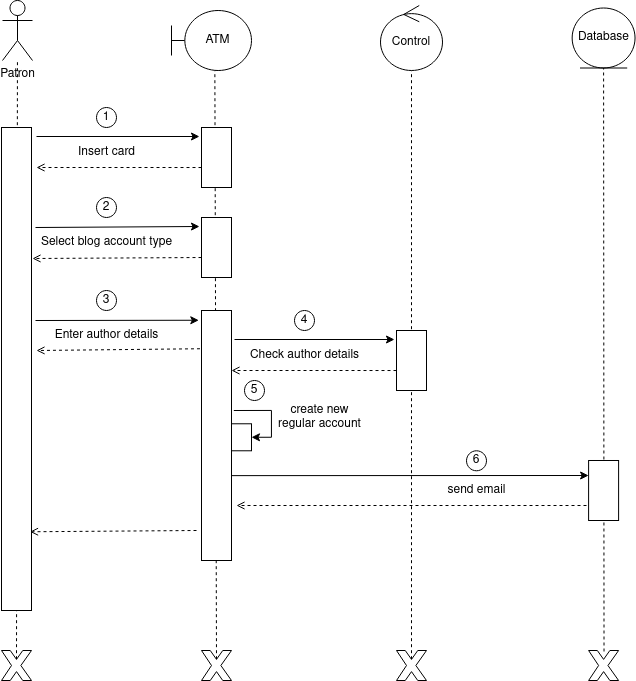
The draw.io diagram diagramas/Diagrama de secuencia cajero automatico.png in Chugani05/entorno_de_desarrollo, before a commit. Source tidied: cells renumbered, new cells last; positions are measured from the earlier drawing's top-left corner, leaving out a move shared by most shapes.
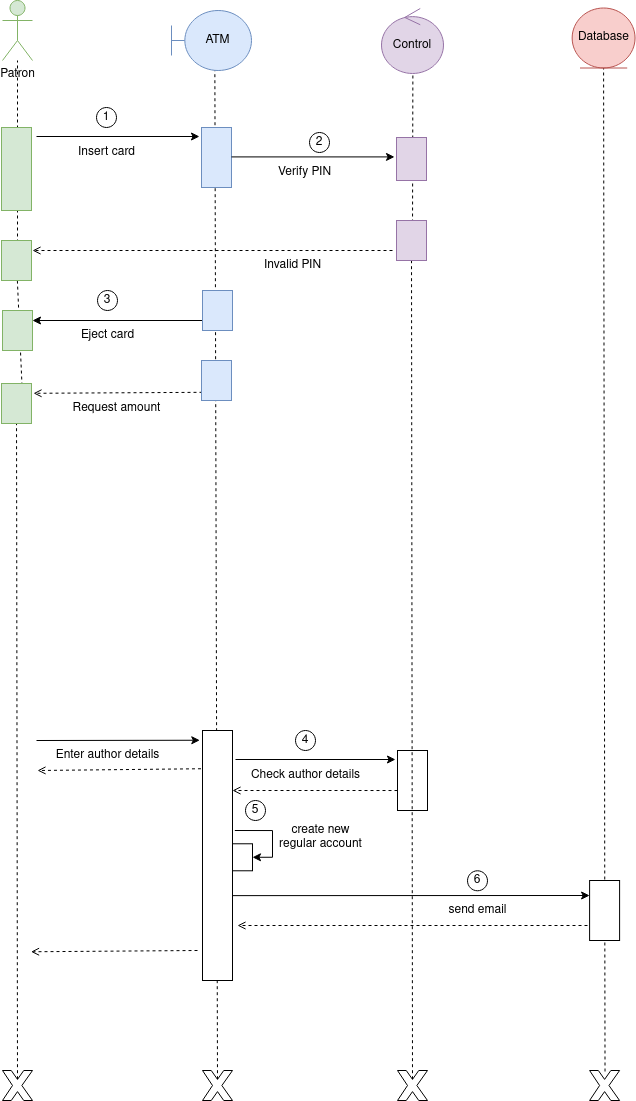
Later version of the same file.

What changed in the source:
```diff
@@ -3,36 +3,32 @@
     <mxCell id="0" />
     <mxCell id="1" parent="0" />
     <mxCell id="2" value="Insert card" style="text;html=1;align=center;verticalAlign=middle;strokeColor=none;fillColor=none;" parent="1" vertex="1">
-      <mxGeometry x="65" y="137" width="80" height="30" as="geometry" />
+      <mxGeometry x="64" y="-283" width="80" height="30" as="geometry" />
     </mxCell>
     <mxCell id="3" style="endArrow=classic;html=1;rounded=0;entryX=0.15;entryY=1.067;entryDx=0;entryDy=0;entryPerimeter=0;" parent="1" edge="1" target="28">
       <mxGeometry relative="1" as="geometry">
-        <mxPoint x="35" y="136" as="sourcePoint" />
+        <mxPoint x="34" y="-284" as="sourcePoint" />
       </mxGeometry>
     </mxCell>
-    <mxCell id="4" style="endArrow=open;dashed=1;html=1;rounded=0;endFill=0;exitX=0.667;exitY=1;exitDx=0;exitDy=0;exitPerimeter=0;" parent="1" edge="1" source="28">
-      <mxGeometry relative="1" as="geometry">
-        <mxPoint x="35" y="167" as="targetPoint" />
-      </mxGeometry>
-    </mxCell>
     <mxCell id="5" value="1" style="ellipse;whiteSpace=wrap;html=1;" parent="1" vertex="1">
-      <mxGeometry x="95" y="107" width="20" height="20" as="geometry" />
+      <mxGeometry x="94" y="-313" width="20" height="20" as="geometry" />
     </mxCell>
-    <mxCell id="6" value="Select blog account type" style="text;html=1;align=center;verticalAlign=middle;strokeColor=none;fillColor=none;" parent="1" vertex="1">
-      <mxGeometry x="30" y="227" width="150" height="30" as="geometry" />
+    <mxCell id="6" value="Eject card" style="text;html=1;align=center;verticalAlign=middle;strokeColor=none;fillColor=none;" parent="1" vertex="1">
+      <mxGeometry x="65" y="-100" width="80" height="30" as="geometry" />
     </mxCell>
-    <mxCell id="7" style="endArrow=classic;html=1;rounded=0;exitX=0.038;exitY=-0.133;exitDx=0;exitDy=0;exitPerimeter=0;entryX=0.15;entryY=1.067;entryDx=0;entryDy=0;entryPerimeter=0;" parent="1" edge="1" target="27">
+    <mxCell id="7" style="endArrow=none;html=1;rounded=0;exitX=0.25;exitY=0;exitDx=0;exitDy=0;entryX=0.15;entryY=1.067;entryDx=0;entryDy=0;entryPerimeter=0;endFill=0;startArrow=classic;startFill=1;" parent="1" edge="1" source="56">
       <mxGeometry relative="1" as="geometry">
-        <mxPoint x="34" y="227" as="sourcePoint" />
+        <mxPoint x="200" y="-100" as="targetPoint" />
       </mxGeometry>
     </mxCell>
-    <mxCell id="8" style="endArrow=open;dashed=1;html=1;rounded=0;endFill=0;exitX=0.667;exitY=1;exitDx=0;exitDy=0;exitPerimeter=0;entryX=0.157;entryY=-0.038;entryDx=0;entryDy=0;entryPerimeter=0;" parent="1" edge="1" source="27">
+    <mxCell id="8" style="endArrow=open;dashed=1;html=1;rounded=0;endFill=0;exitX=0.667;exitY=1;exitDx=0;exitDy=0;exitPerimeter=0;entryX=0.157;entryY=-0.038;entryDx=0;entryDy=0;entryPerimeter=0;" parent="1" edge="1">
       <mxGeometry relative="1" as="geometry">
-        <mxPoint x="31" y="258" as="targetPoint" />
+        <mxPoint x="200" y="-28.2" as="sourcePoint" />
+        <mxPoint x="31" y="-27.2" as="targetPoint" />
       </mxGeometry>
     </mxCell>
-    <mxCell id="9" value="2" style="ellipse;whiteSpace=wrap;html=1;" parent="1" vertex="1">
-      <mxGeometry x="95" y="197" width="20" height="20" as="geometry" />
+    <mxCell id="9" value="3" style="ellipse;whiteSpace=wrap;html=1;" parent="1" vertex="1">
+      <mxGeometry x="95" y="-130" width="20" height="20" as="geometry" />
     </mxCell>
     <mxCell id="10" value="Enter author details" style="text;html=1;align=center;verticalAlign=middle;strokeColor=none;fillColor=none;" parent="1" vertex="1">
       <mxGeometry x="40" y="320" width="130" height="30" as="geometry" />
@@ -47,9 +43,6 @@
         <mxPoint x="35" y="350" as="targetPoint" />
       </mxGeometry>
     </mxCell>
-    <mxCell id="13" value="3" style="ellipse;whiteSpace=wrap;html=1;" parent="1" vertex="1">
-      <mxGeometry x="95" y="290" width="20" height="20" as="geometry" />
-    </mxCell>
     <mxCell id="14" value="Check author details" style="text;html=1;align=center;verticalAlign=middle;strokeColor=none;fillColor=none;" parent="1" vertex="1">
       <mxGeometry x="238" y="340" width="130" height="30" as="geometry" />
     </mxCell>
@@ -99,17 +92,16 @@
     <mxCell id="26" style="rounded=0;whiteSpace=wrap;html=1;direction=south;gradientColor=none;fillColor=default;horizontal=1;verticalAlign=top;labelPosition=left;verticalLabelPosition=top;align=right;" parent="1" vertex="1">
       <mxGeometry x="200" y="310" width="30" height="250" as="geometry" />
     </mxCell>
-    <mxCell id="27" style="rounded=0;whiteSpace=wrap;html=1;direction=south;verticalAlign=top;" parent="1" vertex="1">
-      <mxGeometry x="200" y="217" width="30" height="60" as="geometry" />
-    </mxCell>
-    <mxCell id="28" style="rounded=0;whiteSpace=wrap;html=1;direction=south;verticalAlign=top;" parent="1" vertex="1">
-      <mxGeometry x="200" y="127" width="30" height="60" as="geometry" />
+    <mxCell id="28" style="rounded=0;whiteSpace=wrap;html=1;direction=south;verticalAlign=top;fillColor=#dae8fc;strokeColor=#6c8ebf;" parent="1" vertex="1">
+      <mxGeometry x="199" y="-293" width="30" height="60" as="geometry" />
     </mxCell>
-    <mxCell id="29" style="endArrow=none;dashed=1;html=1;rounded=0;exitX=0.5;exitY=0.29;exitDx=0;exitDy=0;exitPerimeter=0;" parent="1" edge="1" source="24" target="44">
-      <mxGeometry relative="1" as="geometry" />
+    <mxCell id="29" style="endArrow=none;dashed=1;html=1;rounded=0;" parent="1" edge="1" target="44">
+      <mxGeometry relative="1" as="geometry">
+        <mxPoint x="15" y="-160" as="sourcePoint" />
+      </mxGeometry>
     </mxCell>
-    <mxCell id="30" style="rounded=0;whiteSpace=wrap;html=1;direction=south;" parent="1" vertex="1">
-      <mxGeometry y="127" width="30" height="483" as="geometry" />
+    <mxCell id="30" style="rounded=0;whiteSpace=wrap;html=1;direction=south;fillColor=#d5e8d4;strokeColor=#82b366;" parent="1" vertex="1">
+      <mxGeometry x="-1" y="-293" width="30" height="83" as="geometry" />
     </mxCell>
     <mxCell id="31" style="endArrow=classic;html=1;rounded=0;entryX=0.25;entryY=1;entryDx=0;entryDy=0;startArrow=none;startFill=0;endFill=1;exitX=0.946;exitY=0.07;exitDx=0;exitDy=0;exitPerimeter=0;" parent="1" edge="1" target="39">
       <mxGeometry relative="1" as="geometry">
@@ -122,8 +114,10 @@
     <mxCell id="33" style="verticalLabelPosition=bottom;verticalAlign=top;html=1;shape=mxgraph.basic.x;" parent="1" vertex="1">
       <mxGeometry x="587.1" y="650" width="30" height="30" as="geometry" />
     </mxCell>
-    <mxCell id="34" style="endArrow=none;dashed=1;html=1;rounded=0;exitX=0.5;exitY=0.29;exitDx=0;exitDy=0;exitPerimeter=0;" parent="1" edge="1" source="32" target="41">
-      <mxGeometry relative="1" as="geometry" />
+    <mxCell id="34" style="endArrow=none;dashed=1;html=1;rounded=0;" parent="1" edge="1" target="41">
+      <mxGeometry relative="1" as="geometry">
+        <mxPoint x="410" y="-180" as="sourcePoint" />
+      </mxGeometry>
     </mxCell>
     <mxCell id="35" value="send email" style="text;html=1;align=center;verticalAlign=middle;strokeColor=none;fillColor=none;" parent="1" vertex="1">
       <mxGeometry x="435" y="475" width="80" height="30" as="geometry" />
@@ -134,9 +128,10 @@
         <mxPoint x="235" y="505" as="targetPoint" />
       </mxGeometry>
     </mxCell>
-    <mxCell id="37" style="endArrow=open;dashed=1;html=1;rounded=0;endFill=0;entryX=0.837;entryY=0.049;entryDx=0;entryDy=0;entryPerimeter=0;" parent="1" edge="1" target="30">
+    <mxCell id="37" style="endArrow=open;dashed=1;html=1;rounded=0;endFill=0;entryX=0.837;entryY=0.049;entryDx=0;entryDy=0;entryPerimeter=0;" parent="1" edge="1">
       <mxGeometry relative="1" as="geometry">
         <mxPoint x="195" y="530" as="sourcePoint" />
+        <mxPoint x="28.5" y="531.3" as="targetPoint" />
       </mxGeometry>
     </mxCell>
     <mxCell id="38" style="endArrow=none;dashed=1;html=1;rounded=0;entryX=0.5;entryY=1;entryDx=0;entryDy=0;exitX=0.514;exitY=0.033;exitDx=0;exitDy=0;exitPerimeter=0;" parent="1" edge="1" source="33" target="42">
@@ -148,17 +143,71 @@
     <mxCell id="40" style="rounded=0;whiteSpace=wrap;html=1;direction=south;" parent="1" vertex="1">
       <mxGeometry x="395" y="330" width="30" height="60" as="geometry" />
     </mxCell>
-    <mxCell id="41" value="Control" style="ellipse;shape=umlControl;whiteSpace=wrap;html=1;" parent="1" vertex="1">
-      <mxGeometry x="379" y="5" width="62" height="65" as="geometry" />
+    <mxCell id="41" value="Control" style="ellipse;shape=umlControl;whiteSpace=wrap;html=1;fillColor=#e1d5e7;strokeColor=#9673a6;" parent="1" vertex="1">
+      <mxGeometry x="379" y="-412" width="62" height="65" as="geometry" />
     </mxCell>
-    <mxCell id="42" value="Database" style="ellipse;shape=umlEntity;whiteSpace=wrap;html=1;" parent="1" vertex="1">
-      <mxGeometry x="570.6" y="7.5" width="62.9" height="60" as="geometry" />
+    <mxCell id="42" value="Database" style="ellipse;shape=umlEntity;whiteSpace=wrap;html=1;fillColor=#f8cecc;strokeColor=#b85450;" parent="1" vertex="1">
+      <mxGeometry x="569.6" y="-412.5" width="62.9" height="60" as="geometry" />
     </mxCell>
-    <mxCell id="43" value="ATM" style="shape=umlBoundary;whiteSpace=wrap;html=1;" parent="1" vertex="1">
-      <mxGeometry x="170" y="10" width="80" height="60" as="geometry" />
+    <mxCell id="43" value="ATM" style="shape=umlBoundary;whiteSpace=wrap;html=1;fillColor=#dae8fc;strokeColor=#6c8ebf;" parent="1" vertex="1">
+      <mxGeometry x="169" y="-410" width="80" height="60" as="geometry" />
     </mxCell>
-    <mxCell id="44" value="Patron" style="shape=umlActor;verticalLabelPosition=bottom;verticalAlign=top;html=1;" parent="1" vertex="1">
-      <mxGeometry x="1" width="30" height="60" as="geometry" />
+    <mxCell id="44" value="Patron" style="shape=umlActor;verticalLabelPosition=bottom;verticalAlign=top;html=1;fillColor=#d5e8d4;strokeColor=#82b366;" parent="1" vertex="1">
+      <mxGeometry y="-420" width="30" height="60" as="geometry" />
     </mxCell>
+    <mxCell id="45" style="rounded=0;whiteSpace=wrap;html=1;direction=south;verticalAlign=top;fillColor=#e1d5e7;strokeColor=#9673a6;" parent="1" vertex="1">
+      <mxGeometry x="394" y="-283" width="30" height="43" as="geometry" />
+    </mxCell>
+    <mxCell id="46" style="endArrow=classic;html=1;rounded=0;entryX=0.15;entryY=1.067;entryDx=0;entryDy=0;entryPerimeter=0;" parent="1" edge="1">
+      <mxGeometry relative="1" as="geometry">
+        <mxPoint x="229" y="-263.6" as="sourcePoint" />
+        <mxPoint x="392" y="-263.6" as="targetPoint" />
+      </mxGeometry>
+    </mxCell>
+    <mxCell id="47" value="2" style="ellipse;whiteSpace=wrap;html=1;" parent="1" vertex="1">
+      <mxGeometry x="307" y="-288" width="20" height="20" as="geometry" />
+    </mxCell>
+    <mxCell id="48" value="Verify PIN" style="text;html=1;align=center;verticalAlign=middle;strokeColor=none;fillColor=none;" parent="1" vertex="1">
+      <mxGeometry x="262" y="-263" width="80" height="30" as="geometry" />
+    </mxCell>
+    <mxCell id="49" style="endArrow=open;dashed=1;html=1;rounded=0;endFill=0;exitX=0.667;exitY=1;exitDx=0;exitDy=0;exitPerimeter=0;" parent="1" edge="1">
+      <mxGeometry relative="1" as="geometry">
+        <mxPoint x="390" y="-170" as="sourcePoint" />
+        <mxPoint x="30" y="-170" as="targetPoint" />
+      </mxGeometry>
+    </mxCell>
+    <mxCell id="50" style="endArrow=none;dashed=1;html=1;rounded=0;exitX=0.5;exitY=0.29;exitDx=0;exitDy=0;exitPerimeter=0;" parent="1" edge="1" source="32" target="51">
+      <mxGeometry relative="1" as="geometry" />
+    </mxCell>
+    <mxCell id="51" style="rounded=0;whiteSpace=wrap;html=1;direction=south;verticalAlign=top;fillColor=#e1d5e7;strokeColor=#9673a6;" parent="1" vertex="1">
+      <mxGeometry x="394" y="-200" width="30" height="40" as="geometry" />
+    </mxCell>
+    <mxCell id="52" value="Invalid PIN" style="text;html=1;align=center;verticalAlign=middle;strokeColor=none;fillColor=none;" parent="1" vertex="1">
+      <mxGeometry x="250" y="-170" width="80" height="30" as="geometry" />
+    </mxCell>
+    <mxCell id="53" style="endArrow=none;dashed=1;html=1;rounded=0;exitX=0.5;exitY=0.29;exitDx=0;exitDy=0;exitPerimeter=0;" parent="1" edge="1" source="59" target="54">
+      <mxGeometry relative="1" as="geometry" />
+    </mxCell>
+    <mxCell id="54" style="rounded=0;whiteSpace=wrap;html=1;direction=south;verticalAlign=top;fillColor=#d5e8d4;strokeColor=#82b366;" parent="1" vertex="1">
+      <mxGeometry x="-1" y="-180" width="30" height="40" as="geometry" />
+    </mxCell>
+    <mxCell id="55" style="rounded=0;whiteSpace=wrap;html=1;direction=south;verticalAlign=top;fillColor=#dae8fc;strokeColor=#6c8ebf;" parent="1" vertex="1">
+      <mxGeometry x="200" y="-130" width="30" height="40" as="geometry" />
+    </mxCell>
+    <mxCell id="56" style="rounded=0;whiteSpace=wrap;html=1;direction=south;verticalAlign=top;fillColor=#d5e8d4;strokeColor=#82b366;" parent="1" vertex="1">
+      <mxGeometry y="-110" width="30" height="40" as="geometry" />
+    </mxCell>
+    <mxCell id="57" style="rounded=0;whiteSpace=wrap;html=1;direction=south;verticalAlign=top;fillColor=#dae8fc;strokeColor=#6c8ebf;" parent="1" vertex="1">
+      <mxGeometry x="199" y="-60" width="30" height="40" as="geometry" />
+    </mxCell>
+    <mxCell id="58" style="endArrow=none;dashed=1;html=1;rounded=0;exitX=0.5;exitY=0.29;exitDx=0;exitDy=0;exitPerimeter=0;" parent="1" edge="1" source="24" target="59">
+      <mxGeometry relative="1" as="geometry" />
+    </mxCell>
+    <mxCell id="59" style="rounded=0;whiteSpace=wrap;html=1;direction=south;verticalAlign=top;fillColor=#d5e8d4;strokeColor=#82b366;" parent="1" vertex="1">
+      <mxGeometry x="-1" y="-37" width="30" height="40" as="geometry" />
+    </mxCell>
+    <mxCell id="60" value="Request amount" style="text;html=1;align=center;verticalAlign=middle;strokeColor=none;fillColor=none;" parent="1" vertex="1">
+      <mxGeometry x="59" y="-27" width="110" height="30" as="geometry" />
+    </mxCell>
   </root>
 </mxGraphModel>
```
